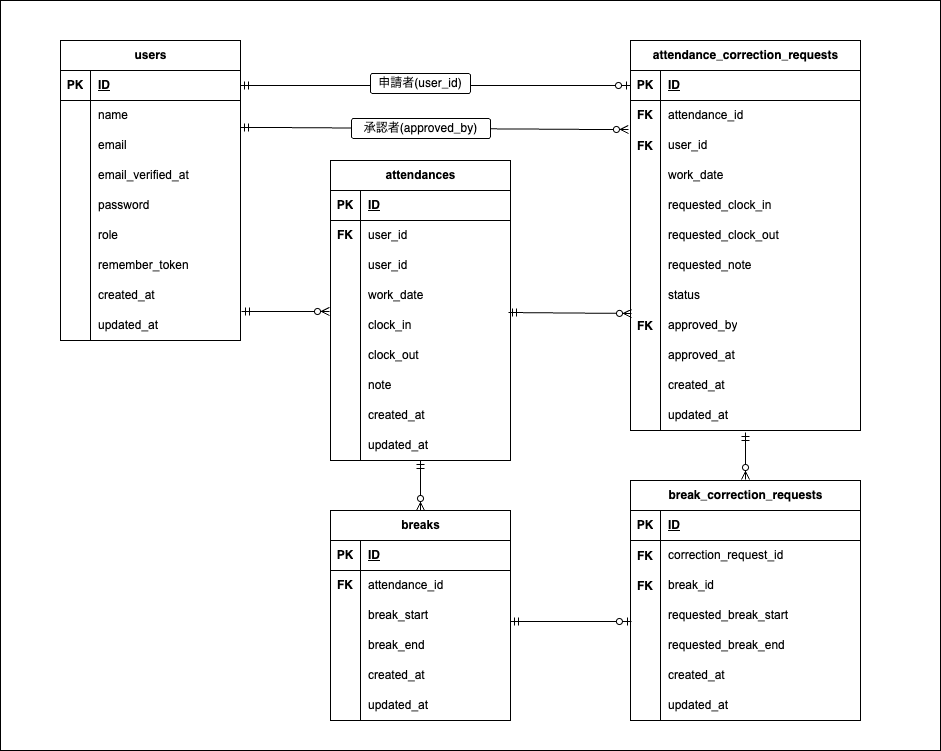
The draw.io diagram src/er.drawio.png in neuro-chan/attendance-app, before a commit. Source tidied: cells renumbered, new cells last; positions are measured from the earlier drawing's top-left corner, leaving out a move shared by most shapes.
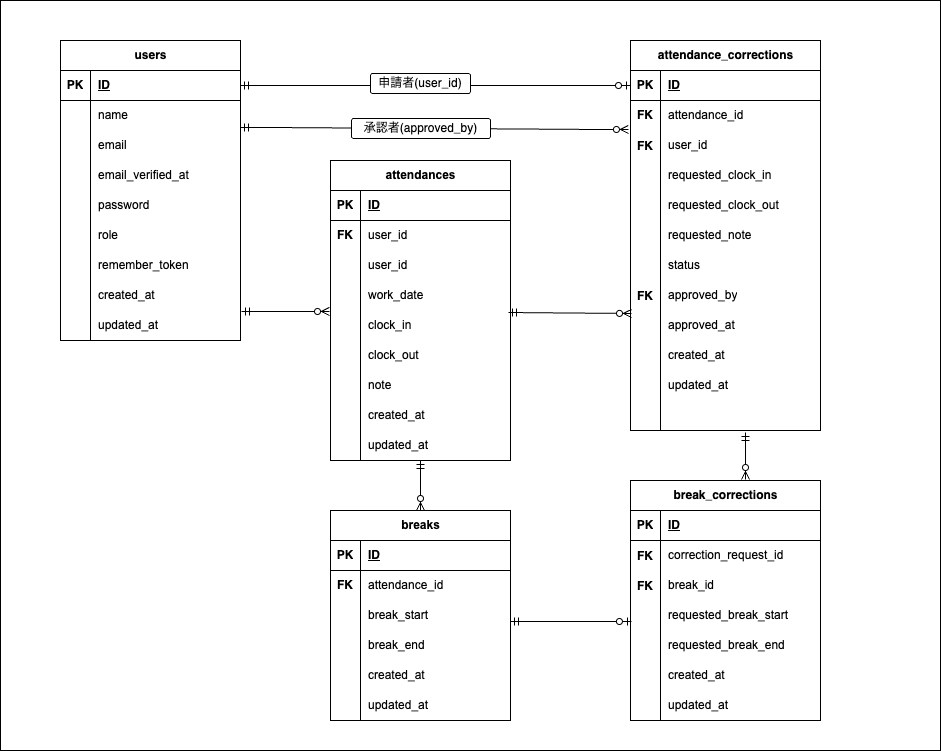
After the commit.

The edit, as a diff of the source:
```diff
@@ -232,7 +232,7 @@
     </mxCell>
-    <mxCell id="78" value="attendance_correction_requests" style="shape=table;startSize=30;rowLines=0;fontStyle=1;align=center;html=1;" parent="1" vertex="1">
-      <mxGeometry x="630" y="40" width="230" height="390" as="geometry" />
+    <mxCell id="78" value="attendance_corrections" style="shape=table;startSize=30;rowLines=0;fontStyle=1;align=center;html=1;" parent="1" vertex="1">
+      <mxGeometry x="630" y="40" width="190" height="390" as="geometry" />
     </mxCell>
     <mxCell id="79" style="shape=tableRow;horizontal=0;startSize=0;swimlaneHead=0;swimlaneBody=0;fillColor=none;points=[[0,0.5],[1,0.5]];portConstraint=eastwest;top=0;left=0;right=0;bottom=1;" parent="78" vertex="1">
-      <mxGeometry y="30" width="230" height="30" as="geometry" />
+      <mxGeometry y="30" width="190" height="30" as="geometry" />
     </mxCell>
@@ -242,6 +242,6 @@
     <mxCell id="81" value="ID" style="shape=partialRectangle;fillColor=none;top=0;left=0;bottom=0;right=0;align=left;spacingLeft=6;fontStyle=5;overflow=hidden;whiteSpace=wrap;html=1;" parent="79" vertex="1">
-      <mxGeometry x="30" width="200" height="30" as="geometry" />
+      <mxGeometry x="30" width="160" height="30" as="geometry" />
     </mxCell>
     <mxCell id="82" style="shape=tableRow;horizontal=0;startSize=0;swimlaneHead=0;swimlaneBody=0;fillColor=none;top=0;left=0;right=0;bottom=0;" parent="78" vertex="1">
-      <mxGeometry y="60" width="230" height="30" as="geometry" />
+      <mxGeometry y="60" width="190" height="30" as="geometry" />
     </mxCell>
@@ -251,6 +251,6 @@
     <mxCell id="84" value="&lt;span style=&quot;color: rgb(0, 0, 0); font-size: 9pt; font-family: Arial;&quot;&gt;attendance_id&lt;/span&gt;" style="shape=partialRectangle;fillColor=none;top=0;left=0;bottom=0;right=0;align=left;spacingLeft=6;overflow=hidden;whiteSpace=wrap;html=1;" parent="82" vertex="1">
-      <mxGeometry x="30" width="200" height="30" as="geometry" />
+      <mxGeometry x="30" width="160" height="30" as="geometry" />
     </mxCell>
     <mxCell id="85" style="shape=tableRow;horizontal=0;startSize=0;swimlaneHead=0;swimlaneBody=0;fillColor=none;top=0;left=0;right=0;bottom=0;" parent="78" vertex="1">
-      <mxGeometry y="90" width="230" height="30" as="geometry" />
+      <mxGeometry y="90" width="190" height="30" as="geometry" />
     </mxCell>
@@ -260,6 +260,6 @@
     <mxCell id="87" value="&lt;span style=&quot;color: rgb(0, 0, 0); font-size: 9pt; font-family: Arial;&quot;&gt;user_id&lt;/span&gt;" style="shape=partialRectangle;fillColor=none;top=0;left=0;bottom=0;right=0;align=left;spacingLeft=6;overflow=hidden;whiteSpace=wrap;html=1;" parent="85" vertex="1">
-      <mxGeometry x="30" width="200" height="30" as="geometry" />
+      <mxGeometry x="30" width="160" height="30" as="geometry" />
     </mxCell>
     <mxCell id="88" style="shape=tableRow;horizontal=0;startSize=0;swimlaneHead=0;swimlaneBody=0;fillColor=none;top=0;left=0;right=0;bottom=0;" parent="78" vertex="1">
-      <mxGeometry y="120" width="230" height="30" as="geometry" />
+      <mxGeometry y="120" width="190" height="30" as="geometry" />
     </mxCell>
@@ -268,7 +268,7 @@
     </mxCell>
-    <mxCell id="90" value="&lt;span style=&quot;color: rgb(0, 0, 0); font-size: 9pt; font-family: Arial;&quot;&gt;work_date&lt;/span&gt;" style="shape=partialRectangle;fillColor=none;top=0;left=0;bottom=0;right=0;align=left;spacingLeft=6;overflow=hidden;whiteSpace=wrap;html=1;" parent="88" vertex="1">
-      <mxGeometry x="30" width="200" height="30" as="geometry" />
+    <mxCell id="90" value="&lt;span style=&quot;color: rgb(0, 0, 0); font-family: Arial;&quot;&gt;requested_clock_in&lt;/span&gt;" style="shape=partialRectangle;fillColor=none;top=0;left=0;bottom=0;right=0;align=left;spacingLeft=6;overflow=hidden;whiteSpace=wrap;html=1;" parent="88" vertex="1">
+      <mxGeometry x="30" width="160" height="30" as="geometry" />
     </mxCell>
     <mxCell id="91" style="shape=tableRow;horizontal=0;startSize=0;swimlaneHead=0;swimlaneBody=0;fillColor=none;top=0;left=0;right=0;bottom=0;" parent="78" vertex="1">
-      <mxGeometry y="150" width="230" height="30" as="geometry" />
+      <mxGeometry y="150" width="190" height="30" as="geometry" />
     </mxCell>
@@ -277,7 +277,7 @@
     </mxCell>
-    <mxCell id="93" value="&lt;span style=&quot;color: rgb(0, 0, 0); font-size: 9pt; font-family: Arial;&quot;&gt;requested_clock_in&lt;/span&gt;" style="shape=partialRectangle;fillColor=none;top=0;left=0;bottom=0;right=0;align=left;spacingLeft=6;overflow=hidden;whiteSpace=wrap;html=1;" parent="91" vertex="1">
-      <mxGeometry x="30" width="200" height="30" as="geometry" />
+    <mxCell id="93" value="&lt;span style=&quot;color: rgb(0, 0, 0); font-family: Arial;&quot;&gt;requested_clock_out&lt;/span&gt;" style="shape=partialRectangle;fillColor=none;top=0;left=0;bottom=0;right=0;align=left;spacingLeft=6;overflow=hidden;whiteSpace=wrap;html=1;" parent="91" vertex="1">
+      <mxGeometry x="30" width="160" height="30" as="geometry" />
     </mxCell>
     <mxCell id="94" style="shape=tableRow;horizontal=0;startSize=0;swimlaneHead=0;swimlaneBody=0;fillColor=none;top=0;left=0;right=0;bottom=0;" parent="78" vertex="1">
-      <mxGeometry y="180" width="230" height="30" as="geometry" />
+      <mxGeometry y="180" width="190" height="30" as="geometry" />
     </mxCell>
@@ -286,7 +286,7 @@
     </mxCell>
-    <mxCell id="96" value="&lt;span style=&quot;color: rgb(0, 0, 0); font-size: 9pt; font-family: Arial;&quot;&gt;requested_clock_out&lt;/span&gt;" style="shape=partialRectangle;fillColor=none;top=0;left=0;bottom=0;right=0;align=left;spacingLeft=6;overflow=hidden;whiteSpace=wrap;html=1;" parent="94" vertex="1">
-      <mxGeometry x="30" width="200" height="30" as="geometry" />
+    <mxCell id="96" value="&lt;span style=&quot;color: rgb(0, 0, 0); font-family: Arial;&quot;&gt;requested_note&lt;/span&gt;" style="shape=partialRectangle;fillColor=none;top=0;left=0;bottom=0;right=0;align=left;spacingLeft=6;overflow=hidden;whiteSpace=wrap;html=1;" parent="94" vertex="1">
+      <mxGeometry x="30" width="160" height="30" as="geometry" />
     </mxCell>
     <mxCell id="97" style="shape=tableRow;horizontal=0;startSize=0;swimlaneHead=0;swimlaneBody=0;fillColor=none;top=0;left=0;right=0;bottom=0;" parent="78" vertex="1">
-      <mxGeometry y="210" width="230" height="30" as="geometry" />
+      <mxGeometry y="210" width="190" height="30" as="geometry" />
     </mxCell>
@@ -295,7 +295,7 @@
     </mxCell>
-    <mxCell id="99" value="&lt;span style=&quot;color: rgb(0, 0, 0); font-size: 9pt; font-family: Arial;&quot;&gt;requested_note&lt;/span&gt;" style="shape=partialRectangle;fillColor=none;top=0;left=0;bottom=0;right=0;align=left;spacingLeft=6;overflow=hidden;whiteSpace=wrap;html=1;" parent="97" vertex="1">
-      <mxGeometry x="30" width="200" height="30" as="geometry" />
+    <mxCell id="99" value="&lt;span style=&quot;color: rgb(0, 0, 0); font-family: Arial;&quot;&gt;status&lt;/span&gt;" style="shape=partialRectangle;fillColor=none;top=0;left=0;bottom=0;right=0;align=left;spacingLeft=6;overflow=hidden;whiteSpace=wrap;html=1;" parent="97" vertex="1">
+      <mxGeometry x="30" width="160" height="30" as="geometry" />
     </mxCell>
     <mxCell id="100" style="shape=tableRow;horizontal=0;startSize=0;swimlaneHead=0;swimlaneBody=0;fillColor=none;top=0;left=0;right=0;bottom=0;" parent="78" vertex="1">
-      <mxGeometry y="240" width="230" height="30" as="geometry" />
+      <mxGeometry y="240" width="190" height="30" as="geometry" />
     </mxCell>
@@ -304,7 +304,7 @@
     </mxCell>
-    <mxCell id="102" value="&lt;span style=&quot;color: rgb(0, 0, 0); font-size: 9pt; font-family: Arial;&quot;&gt;status&lt;/span&gt;" style="shape=partialRectangle;fillColor=none;top=0;left=0;bottom=0;right=0;align=left;spacingLeft=6;overflow=hidden;whiteSpace=wrap;html=1;" parent="100" vertex="1">
-      <mxGeometry x="30" width="200" height="30" as="geometry" />
+    <mxCell id="102" value="&lt;span style=&quot;color: rgb(0, 0, 0); font-family: Arial;&quot;&gt;approved_by&lt;/span&gt;" style="shape=partialRectangle;fillColor=none;top=0;left=0;bottom=0;right=0;align=left;spacingLeft=6;overflow=hidden;whiteSpace=wrap;html=1;" parent="100" vertex="1">
+      <mxGeometry x="30" width="160" height="30" as="geometry" />
     </mxCell>
     <mxCell id="103" style="shape=tableRow;horizontal=0;startSize=0;swimlaneHead=0;swimlaneBody=0;fillColor=none;top=0;left=0;right=0;bottom=0;" parent="78" vertex="1">
-      <mxGeometry y="270" width="230" height="30" as="geometry" />
+      <mxGeometry y="270" width="190" height="30" as="geometry" />
     </mxCell>
@@ -313,7 +313,7 @@
     </mxCell>
-    <mxCell id="105" value="&lt;span style=&quot;color: rgb(0, 0, 0); font-size: 9pt; font-family: Arial;&quot;&gt;approved_by&lt;/span&gt;" style="shape=partialRectangle;fillColor=none;top=0;left=0;bottom=0;right=0;align=left;spacingLeft=6;overflow=hidden;whiteSpace=wrap;html=1;" parent="103" vertex="1">
-      <mxGeometry x="30" width="200" height="30" as="geometry" />
+    <mxCell id="105" value="&lt;span style=&quot;color: rgb(0, 0, 0); font-family: Arial;&quot;&gt;approved_at&lt;/span&gt;" style="shape=partialRectangle;fillColor=none;top=0;left=0;bottom=0;right=0;align=left;spacingLeft=6;overflow=hidden;whiteSpace=wrap;html=1;" parent="103" vertex="1">
+      <mxGeometry x="30" width="160" height="30" as="geometry" />
     </mxCell>
     <mxCell id="106" style="shape=tableRow;horizontal=0;startSize=0;swimlaneHead=0;swimlaneBody=0;fillColor=none;top=0;left=0;right=0;bottom=0;" parent="78" vertex="1">
-      <mxGeometry y="300" width="230" height="30" as="geometry" />
+      <mxGeometry y="300" width="190" height="30" as="geometry" />
     </mxCell>
@@ -322,7 +322,7 @@
     </mxCell>
-    <mxCell id="108" value="&lt;span style=&quot;color: rgb(0, 0, 0); font-size: 9pt; font-family: Arial;&quot;&gt;approved_at&lt;/span&gt;" style="shape=partialRectangle;fillColor=none;top=0;left=0;bottom=0;right=0;align=left;spacingLeft=6;overflow=hidden;whiteSpace=wrap;html=1;" parent="106" vertex="1">
-      <mxGeometry x="30" width="200" height="30" as="geometry" />
+    <mxCell id="108" value="&lt;span style=&quot;color: rgb(0, 0, 0); font-family: Arial;&quot;&gt;created_at&lt;/span&gt;" style="shape=partialRectangle;fillColor=none;top=0;left=0;bottom=0;right=0;align=left;spacingLeft=6;overflow=hidden;whiteSpace=wrap;html=1;" parent="106" vertex="1">
+      <mxGeometry x="30" width="160" height="30" as="geometry" />
     </mxCell>
     <mxCell id="109" style="shape=tableRow;horizontal=0;startSize=0;swimlaneHead=0;swimlaneBody=0;fillColor=none;top=0;left=0;right=0;bottom=0;" parent="78" vertex="1">
-      <mxGeometry y="330" width="230" height="30" as="geometry" />
+      <mxGeometry y="330" width="190" height="30" as="geometry" />
     </mxCell>
@@ -331,7 +331,7 @@
     </mxCell>
-    <mxCell id="111" value="&lt;span style=&quot;color: rgb(0, 0, 0); font-size: 9pt; font-family: Arial;&quot;&gt;created_at&lt;/span&gt;" style="shape=partialRectangle;fillColor=none;top=0;left=0;bottom=0;right=0;align=left;spacingLeft=6;overflow=hidden;whiteSpace=wrap;html=1;" parent="109" vertex="1">
-      <mxGeometry x="30" width="200" height="30" as="geometry" />
+    <mxCell id="111" value="&lt;span style=&quot;color: rgb(0, 0, 0); font-family: Arial;&quot;&gt;updated_at&lt;/span&gt;" style="shape=partialRectangle;fillColor=none;top=0;left=0;bottom=0;right=0;align=left;spacingLeft=6;overflow=hidden;whiteSpace=wrap;html=1;" parent="109" vertex="1">
+      <mxGeometry x="30" width="160" height="30" as="geometry" />
     </mxCell>
     <mxCell id="112" style="shape=tableRow;horizontal=0;startSize=0;swimlaneHead=0;swimlaneBody=0;fillColor=none;top=0;left=0;right=0;bottom=0;" parent="78" vertex="1">
-      <mxGeometry y="360" width="230" height="30" as="geometry" />
+      <mxGeometry y="360" width="190" height="30" as="geometry" />
     </mxCell>
@@ -340,10 +340,10 @@
     </mxCell>
-    <mxCell id="114" value="&lt;span style=&quot;color: rgb(0, 0, 0); font-size: 9pt; font-family: Arial;&quot;&gt;updated_at&lt;/span&gt;" style="shape=partialRectangle;fillColor=none;top=0;left=0;bottom=0;right=0;align=left;spacingLeft=6;overflow=hidden;whiteSpace=wrap;html=1;" parent="112" vertex="1">
-      <mxGeometry x="30" width="200" height="30" as="geometry" />
+    <mxCell id="114" style="shape=partialRectangle;fillColor=none;top=0;left=0;bottom=0;right=0;align=left;spacingLeft=6;overflow=hidden;whiteSpace=wrap;html=1;" parent="112" vertex="1">
+      <mxGeometry x="30" width="160" height="30" as="geometry" />
     </mxCell>
-    <mxCell id="115" value="break_correction_requests" style="shape=table;startSize=30;rowLines=0;fontStyle=1;align=center;html=1;" parent="1" vertex="1">
-      <mxGeometry x="630" y="480" width="230" height="240" as="geometry" />
+    <mxCell id="115" value="break_corrections" style="shape=table;startSize=30;rowLines=0;fontStyle=1;align=center;html=1;" parent="1" vertex="1">
+      <mxGeometry x="630" y="480" width="190" height="240" as="geometry" />
     </mxCell>
     <mxCell id="116" style="shape=tableRow;horizontal=0;startSize=0;swimlaneHead=0;swimlaneBody=0;fillColor=none;top=0;left=0;right=0;bottom=1;" parent="115" vertex="1">
-      <mxGeometry y="30" width="230" height="30" as="geometry" />
+      <mxGeometry y="30" width="190" height="30" as="geometry" />
     </mxCell>
@@ -353,6 +353,6 @@
     <mxCell id="118" value="ID" style="shape=partialRectangle;fillColor=none;top=0;left=0;bottom=0;right=0;align=left;spacingLeft=6;fontStyle=5;overflow=hidden;whiteSpace=wrap;html=1;" parent="116" vertex="1">
-      <mxGeometry x="30" width="200" height="30" as="geometry" />
+      <mxGeometry x="30" width="160" height="30" as="geometry" />
     </mxCell>
     <mxCell id="119" style="shape=tableRow;horizontal=0;startSize=0;swimlaneHead=0;swimlaneBody=0;fillColor=none;top=0;left=0;right=0;bottom=0;" parent="115" vertex="1">
-      <mxGeometry y="60" width="230" height="30" as="geometry" />
+      <mxGeometry y="60" width="190" height="30" as="geometry" />
     </mxCell>
@@ -362,6 +362,6 @@
     <mxCell id="121" value="&lt;span style=&quot;color: rgb(0, 0, 0); font-size: 9pt; font-family: Arial;&quot;&gt;correction_request_id&lt;/span&gt;" style="shape=partialRectangle;fillColor=none;top=0;left=0;bottom=0;right=0;align=left;spacingLeft=6;overflow=hidden;whiteSpace=wrap;html=1;" parent="119" vertex="1">
-      <mxGeometry x="30" width="200" height="30" as="geometry" />
+      <mxGeometry x="30" width="160" height="30" as="geometry" />
     </mxCell>
     <mxCell id="122" style="shape=tableRow;horizontal=0;startSize=0;swimlaneHead=0;swimlaneBody=0;fillColor=none;top=0;left=0;right=0;bottom=0;" parent="115" vertex="1">
-      <mxGeometry y="90" width="230" height="30" as="geometry" />
+      <mxGeometry y="90" width="190" height="30" as="geometry" />
     </mxCell>
@@ -371,6 +371,6 @@
     <mxCell id="124" value="&lt;span style=&quot;color: rgb(0, 0, 0); font-size: 9pt; font-family: Arial;&quot;&gt;break_id&lt;/span&gt;" style="shape=partialRectangle;fillColor=none;top=0;left=0;bottom=0;right=0;align=left;spacingLeft=6;overflow=hidden;whiteSpace=wrap;html=1;" parent="122" vertex="1">
-      <mxGeometry x="30" width="200" height="30" as="geometry" />
+      <mxGeometry x="30" width="160" height="30" as="geometry" />
     </mxCell>
     <mxCell id="125" style="shape=tableRow;horizontal=0;startSize=0;swimlaneHead=0;swimlaneBody=0;fillColor=none;top=0;left=0;right=0;bottom=0;" parent="115" vertex="1">
-      <mxGeometry y="120" width="230" height="30" as="geometry" />
+      <mxGeometry y="120" width="190" height="30" as="geometry" />
     </mxCell>
@@ -380,6 +380,6 @@
     <mxCell id="127" value="&lt;span style=&quot;color: rgb(0, 0, 0); font-size: 9pt; font-family: Arial;&quot;&gt;requested_break_start&lt;/span&gt;" style="shape=partialRectangle;fillColor=none;top=0;left=0;bottom=0;right=0;align=left;spacingLeft=6;overflow=hidden;whiteSpace=wrap;html=1;" parent="125" vertex="1">
-      <mxGeometry x="30" width="200" height="30" as="geometry" />
+      <mxGeometry x="30" width="160" height="30" as="geometry" />
     </mxCell>
     <mxCell id="128" style="shape=tableRow;horizontal=0;startSize=0;swimlaneHead=0;swimlaneBody=0;fillColor=none;top=0;left=0;right=0;bottom=0;" parent="115" vertex="1">
-      <mxGeometry y="150" width="230" height="30" as="geometry" />
+      <mxGeometry y="150" width="190" height="30" as="geometry" />
     </mxCell>
@@ -389,6 +389,6 @@
     <mxCell id="130" value="&lt;span style=&quot;color: rgb(0, 0, 0); font-size: 9pt; font-family: Arial;&quot;&gt;requested_break_end&lt;/span&gt;" style="shape=partialRectangle;fillColor=none;top=0;left=0;bottom=0;right=0;align=left;spacingLeft=6;overflow=hidden;whiteSpace=wrap;html=1;" parent="128" vertex="1">
-      <mxGeometry x="30" width="200" height="30" as="geometry" />
+      <mxGeometry x="30" width="160" height="30" as="geometry" />
     </mxCell>
     <mxCell id="131" style="shape=tableRow;horizontal=0;startSize=0;swimlaneHead=0;swimlaneBody=0;fillColor=none;top=0;left=0;right=0;bottom=0;" parent="115" vertex="1">
-      <mxGeometry y="180" width="230" height="30" as="geometry" />
+      <mxGeometry y="180" width="190" height="30" as="geometry" />
     </mxCell>
@@ -398,6 +398,6 @@
     <mxCell id="133" value="&lt;span style=&quot;color: rgb(0, 0, 0); font-size: 9pt; font-family: Arial;&quot;&gt;created_at&lt;/span&gt;" style="shape=partialRectangle;fillColor=none;top=0;left=0;bottom=0;right=0;align=left;spacingLeft=6;overflow=hidden;whiteSpace=wrap;html=1;" parent="131" vertex="1">
-      <mxGeometry x="30" width="200" height="30" as="geometry" />
+      <mxGeometry x="30" width="160" height="30" as="geometry" />
     </mxCell>
     <mxCell id="134" style="shape=tableRow;horizontal=0;startSize=0;swimlaneHead=0;swimlaneBody=0;fillColor=none;top=0;left=0;right=0;bottom=0;" parent="115" vertex="1">
-      <mxGeometry y="210" width="230" height="30" as="geometry" />
+      <mxGeometry y="210" width="190" height="30" as="geometry" />
     </mxCell>
@@ -407,3 +407,3 @@
     <mxCell id="136" value="&lt;span style=&quot;color: rgb(0, 0, 0); font-size: 9pt; font-family: Arial;&quot;&gt;updated_at&lt;/span&gt;" style="shape=partialRectangle;fillColor=none;top=0;left=0;bottom=0;right=0;align=left;spacingLeft=6;overflow=hidden;whiteSpace=wrap;html=1;" parent="134" vertex="1">
-      <mxGeometry x="30" width="200" height="30" as="geometry" />
+      <mxGeometry x="30" width="160" height="30" as="geometry" />
     </mxCell>
@@ -466,3 +466,3 @@
     <mxCell id="150" value="FK" style="shape=partialRectangle;fillColor=none;top=0;left=0;bottom=0;right=0;fontStyle=1;overflow=hidden;whiteSpace=wrap;html=1;" parent="1" vertex="1">
-      <mxGeometry x="630" y="311" width="30" height="30" as="geometry" />
+      <mxGeometry x="630" y="281" width="30" height="30" as="geometry" />
     </mxCell>
```
